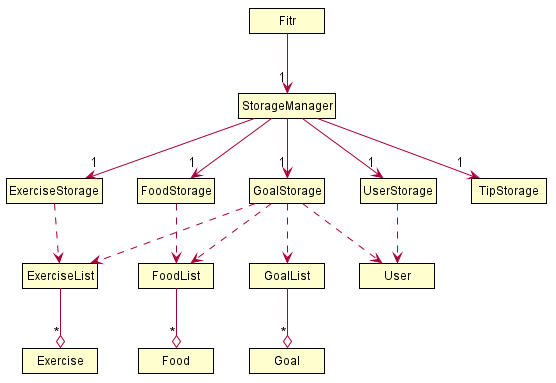
Earlier version of the PlantUML export docs/images/StorageClassDiagram.png (nus-cs2113-AY2021S1/tp).
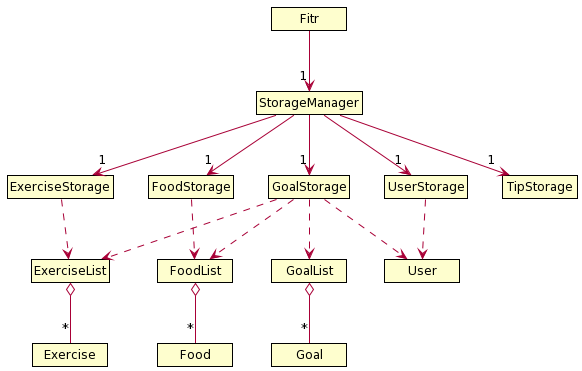
Later version of the same file.

Commit message:
Fix an issue in storageclassdiagram

Change to the diagram source:
```diff
@@ -1,5 +1,4 @@
 @startuml
-
 skinparam classAttributeIconSize 0
 skinparam Shadowing false
 skinparam MinClassWidth 75
@@ -31,9 +30,9 @@
 class Exercise
 class Goal
 
-FoodList --o "*" Food
-ExerciseList --o "*" Exercise
-GoalList --o "*" Goal
+FoodList o-- "*" Food
+ExerciseList o-- "*" Exercise
+GoalList o-- "*" Goal
 
 Fitr --> "1" StorageManager
 
@@ -53,5 +52,4 @@
 UserStorage ..> User
 
 StorageManager --> "1" TipStorage
-
 @enduml
```
